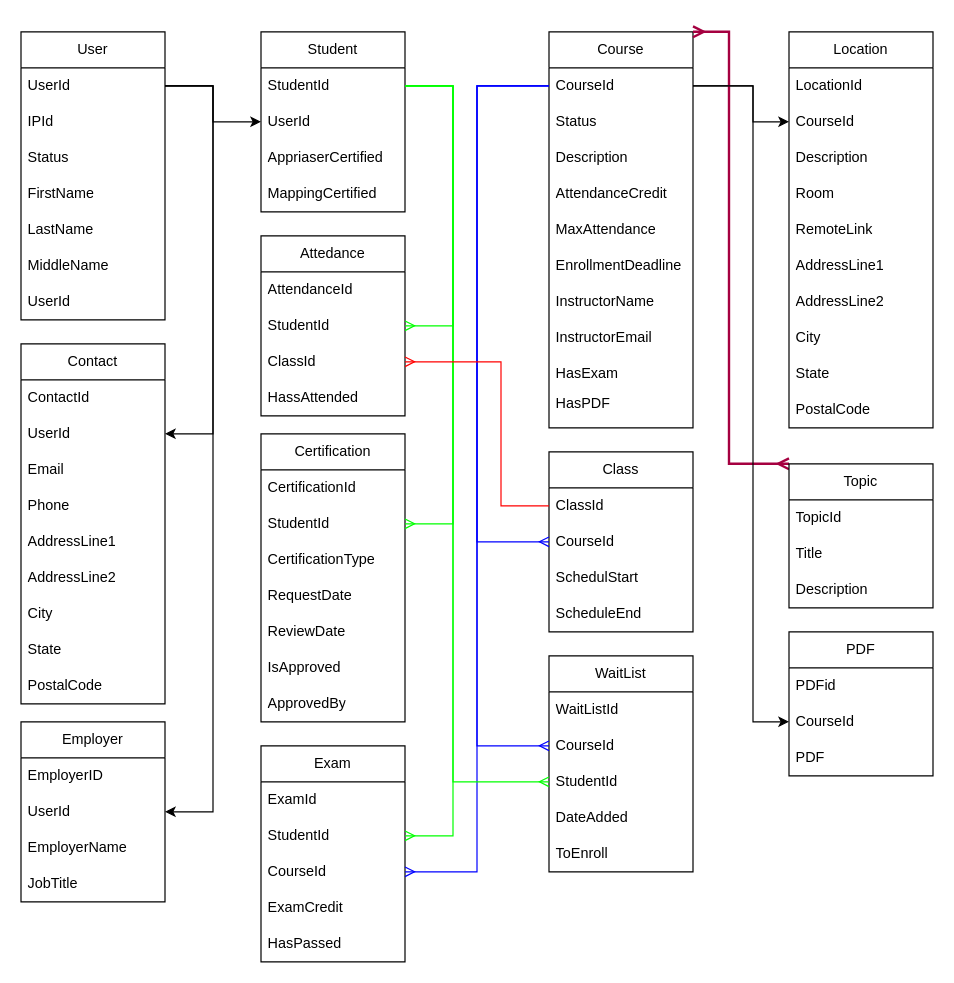
Above: notes/Data_Model_Diagram_01.drawio in ArthurEOrtiz/ISTC-Education (draw.io), before the change. Source tidied: cells renumbered, new cells numbered last; positions are measured from the earlier drawing's top-left corner, leaving out a move shared by most shapes. Both pictures are drawn from the tidied source at 120%, with x=0, y=0 at pixel (20, 31).
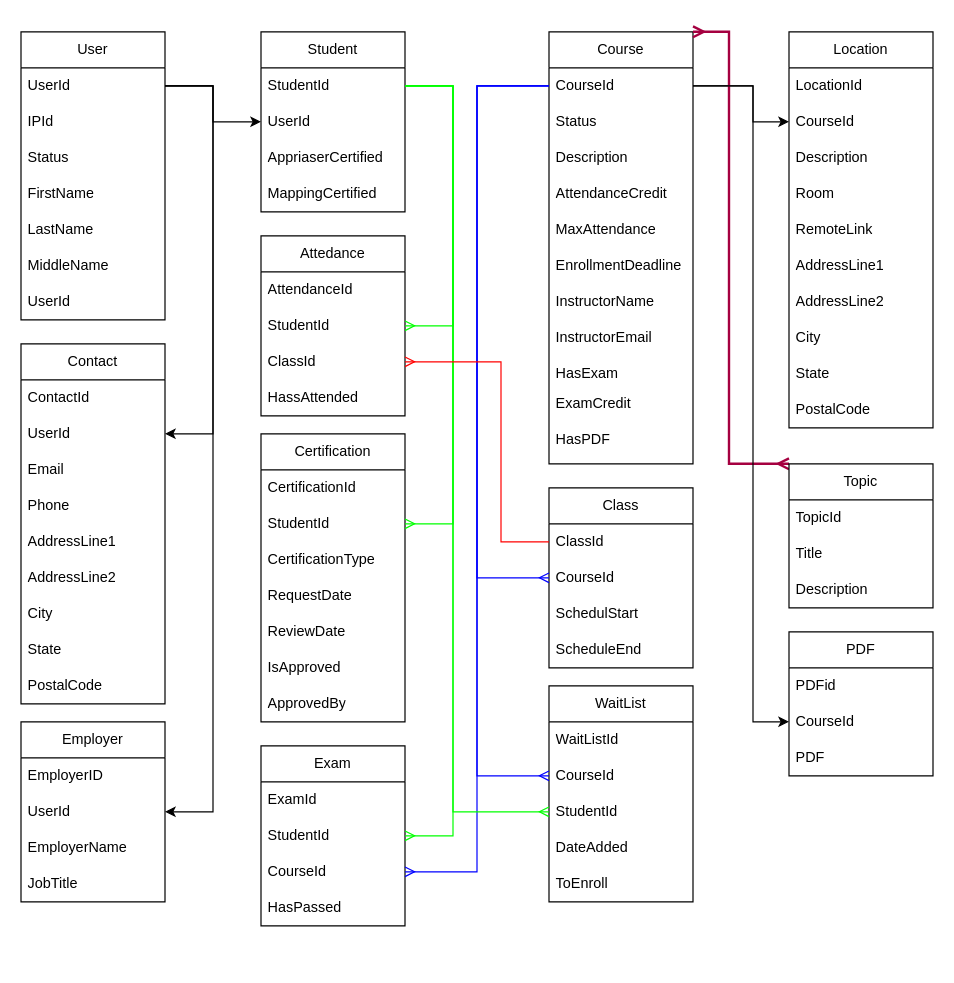
The same page after the edit.

Unchanged cells that the change refers to:
```xml
<mxCell id="22" value="StudentId" style="text;strokeColor=none;fillColor=none;align=left;verticalAlign=middle;spacingLeft=4;spacingRight=4;overflow=hidden;points=[[0,0.5],[1,0.5]];portConstraint=eastwest;whiteSpace=wrap;html=1;" parent="21" vertex="1">
  <mxGeometry y="30" width="120" height="30" as="geometry" />
</mxCell>
<mxCell id="29" value="ClassId" style="text;strokeColor=none;fillColor=none;align=left;verticalAlign=middle;spacingLeft=4;spacingRight=4;overflow=hidden;points=[[0,0.5],[1,0.5]];portConstraint=eastwest;whiteSpace=wrap;html=1;" parent="26" vertex="1">
  <mxGeometry y="90" width="120" height="30" as="geometry" />
</mxCell>
<mxCell id="50" value="CourseId" style="text;strokeColor=none;fillColor=none;align=left;verticalAlign=middle;spacingLeft=4;spacingRight=4;overflow=hidden;points=[[0,0.5],[1,0.5]];portConstraint=eastwest;whiteSpace=wrap;html=1;" parent="49" vertex="1">
  <mxGeometry y="30" width="120" height="30" as="geometry" />
</mxCell>
<mxCell id="74" value="ClassId" style="text;strokeColor=none;fillColor=none;align=left;verticalAlign=middle;spacingLeft=4;spacingRight=4;overflow=hidden;points=[[0,0.5],[1,0.5]];portConstraint=eastwest;whiteSpace=wrap;html=1;" parent="73" vertex="1">
  <mxGeometry y="30" width="120" height="30" as="geometry" />
</mxCell>
<mxCell id="75" value="CourseId" style="text;strokeColor=none;fillColor=none;align=left;verticalAlign=middle;spacingLeft=4;spacingRight=4;overflow=hidden;points=[[0,0.5],[1,0.5]];portConstraint=eastwest;whiteSpace=wrap;html=1;" parent="73" vertex="1">
  <mxGeometry y="60" width="120" height="30" as="geometry" />
</mxCell>
<mxCell id="86" value="CourseId" style="text;strokeColor=none;fillColor=none;align=left;verticalAlign=middle;spacingLeft=4;spacingRight=4;overflow=hidden;points=[[0,0.5],[1,0.5]];portConstraint=eastwest;whiteSpace=wrap;html=1;" parent="84" vertex="1">
  <mxGeometry y="60" width="120" height="30" as="geometry" />
</mxCell>
<mxCell id="87" value="StudentId" style="text;strokeColor=none;fillColor=none;align=left;verticalAlign=middle;spacingLeft=4;spacingRight=4;overflow=hidden;points=[[0,0.5],[1,0.5]];portConstraint=eastwest;whiteSpace=wrap;html=1;" parent="84" vertex="1">
  <mxGeometry y="90" width="120" height="30" as="geometry" />
</mxCell>
```

What changed in the source:
```diff
@@
     <mxCell id="42" value="Exam" style="swimlane;fontStyle=0;horizontal=1;startSize=30;whiteSpace=wrap;html=1;" parent="1" vertex="1">
-      <mxGeometry x="200" y="595" width="120" height="180" as="geometry" />
+      <mxGeometry x="200" y="595" width="120" height="150" as="geometry" />
     </mxCell>
@@
-    <mxCell id="46" value="ExamCredit" style="text;strokeColor=none;fillColor=none;align=left;verticalAlign=middle;spacingLeft=4;spacingRight=4;overflow=hidden;whiteSpace=wrap;html=1;" parent="42" vertex="1">
-      <mxGeometry y="120" width="120" height="30" as="geometry" />
-    </mxCell>
     <mxCell id="47" value="HasPassed" style="text;strokeColor=none;fillColor=none;align=left;verticalAlign=middle;spacingLeft=4;spacingRight=4;overflow=hidden;whiteSpace=wrap;html=1;" parent="42" vertex="1">
-      <mxGeometry y="150" width="120" height="30" as="geometry" />
+      <mxGeometry y="120" width="120" height="30" as="geometry" />
     </mxCell>
@@
     <mxCell id="49" value="Course" style="swimlane;fontStyle=0;horizontal=1;startSize=30;whiteSpace=wrap;html=1;" parent="1" vertex="1">
-      <mxGeometry x="440" width="120" height="330" as="geometry" />
+      <mxGeometry x="440" width="120" height="360" as="geometry" />
     </mxCell>
@@
+    <mxCell id="46" value="ExamCredit&lt;div&gt;&lt;br&gt;&lt;/div&gt;" style="text;strokeColor=none;fillColor=none;align=left;verticalAlign=middle;spacingLeft=4;spacingRight=4;overflow=hidden;whiteSpace=wrap;html=1;" parent="49" vertex="1">
+      <mxGeometry y="300" width="120" height="30" as="geometry" />
+    </mxCell>
     <mxCell id="59" value="HasPDF&lt;div&gt;&lt;br&gt;&lt;/div&gt;" style="text;strokeColor=none;fillColor=none;align=left;verticalAlign=middle;spacingLeft=4;spacingRight=4;overflow=hidden;whiteSpace=wrap;html=1;" parent="49" vertex="1">
-      <mxGeometry y="300" width="120" height="30" as="geometry" />
+      <mxGeometry y="330" width="120" height="30" as="geometry" />
     </mxCell>
@@
     <mxCell id="73" value="Class" style="swimlane;fontStyle=0;horizontal=1;startSize=30;whiteSpace=wrap;html=1;" parent="1" vertex="1">
-      <mxGeometry x="440" y="350" width="120" height="150" as="geometry" />
+      <mxGeometry x="440" y="380" width="120" height="150" as="geometry" />
     </mxCell>
@@
     <mxCell id="78" style="edgeStyle=orthogonalEdgeStyle;rounded=0;jettySize=auto;html=1;exitX=0;exitY=0.5;exitDx=0;exitDy=0;entryX=0;entryY=0.5;entryDx=0;entryDy=0;endArrow=ERmany;endFill=0;strokeColor=#0000ff;" parent="1" edge="1" source="50" target="75">
       <mxGeometry relative="1" as="geometry">
         <Array as="points">
           <mxPoint x="380" y="45" />
-          <mxPoint x="380" y="425" />
+          <mxPoint x="380" y="455" />
         </Array>
       </mxGeometry>
     </mxCell>
@@
     <mxCell id="84" value="WaitList" style="swimlane;fontStyle=0;horizontal=1;startSize=30;whiteSpace=wrap;html=1;" parent="1" vertex="1">
-      <mxGeometry x="440" y="520" width="120" height="180" as="geometry" />
+      <mxGeometry x="440" y="545" width="120" height="180" as="geometry" />
     </mxCell>
@@
     <mxCell id="90" style="edgeStyle=orthogonalEdgeStyle;rounded=0;jettySize=auto;html=1;exitX=0;exitY=0.5;exitDx=0;exitDy=0;entryX=0;entryY=0.5;entryDx=0;entryDy=0;endArrow=ERmany;endFill=0;strokeColor=#0000ff;" parent="1" edge="1" source="50" target="86">
       <mxGeometry relative="1" as="geometry">
         <Array as="points">
           <mxPoint x="380" y="45" />
-          <mxPoint x="380" y="595" />
+          <mxPoint x="380" y="620" />
         </Array>
       </mxGeometry>
     </mxCell>
     <mxCell id="91" style="edgeStyle=orthogonalEdgeStyle;rounded=0;jettySize=auto;html=1;exitX=1;exitY=0.5;exitDx=0;exitDy=0;entryX=0;entryY=0.5;entryDx=0;entryDy=0;endArrow=ERmany;endFill=0;strokeColor=#00ff00;" parent="1" edge="1" source="22" target="87">
       <mxGeometry relative="1" as="geometry">
         <Array as="points">
           <mxPoint x="360" y="45" />
-          <mxPoint x="360" y="625" />
+          <mxPoint x="360" y="650" />
         </Array>
       </mxGeometry>
     </mxCell>
@@
     <mxCell id="103" style="edgeStyle=orthogonalEdgeStyle;rounded=0;jettySize=auto;html=1;exitX=0;exitY=0.5;exitDx=0;exitDy=0;entryX=1;entryY=0.5;entryDx=0;entryDy=0;strokeColor=#ff0000;endArrow=ERmany;endFill=0;" parent="1" edge="1" source="74" target="29">
       <mxGeometry relative="1" as="geometry">
         <Array as="points">
-          <mxPoint x="400" y="395" />
+          <mxPoint x="400" y="425" />
           <mxPoint x="400" y="275" />
         </Array>
       </mxGeometry>
     </mxCell>
```
